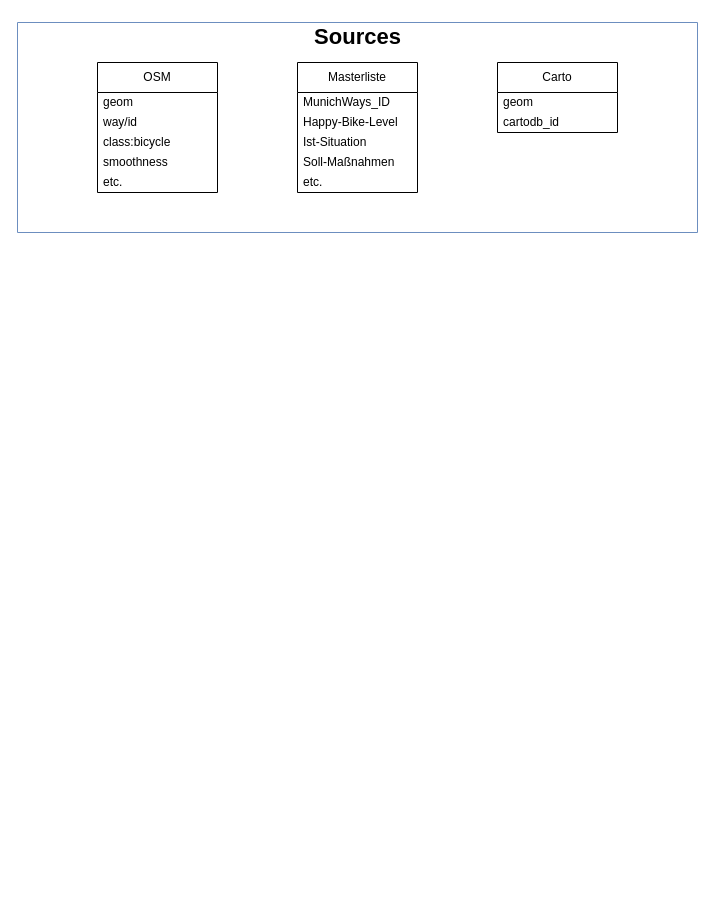
MunichWays/.github keeps this draw.io diagram as MunichWays-Overview.drawio. Above is the earlier version. Source tidied: cells renumbered, new cells numbered last; positions are measured from the earlier drawing's top-left corner, leaving out a move shared by most shapes. Both pictures are drawn from the tidied source at 100%, with x=0, y=0 at pixel (17, 17).
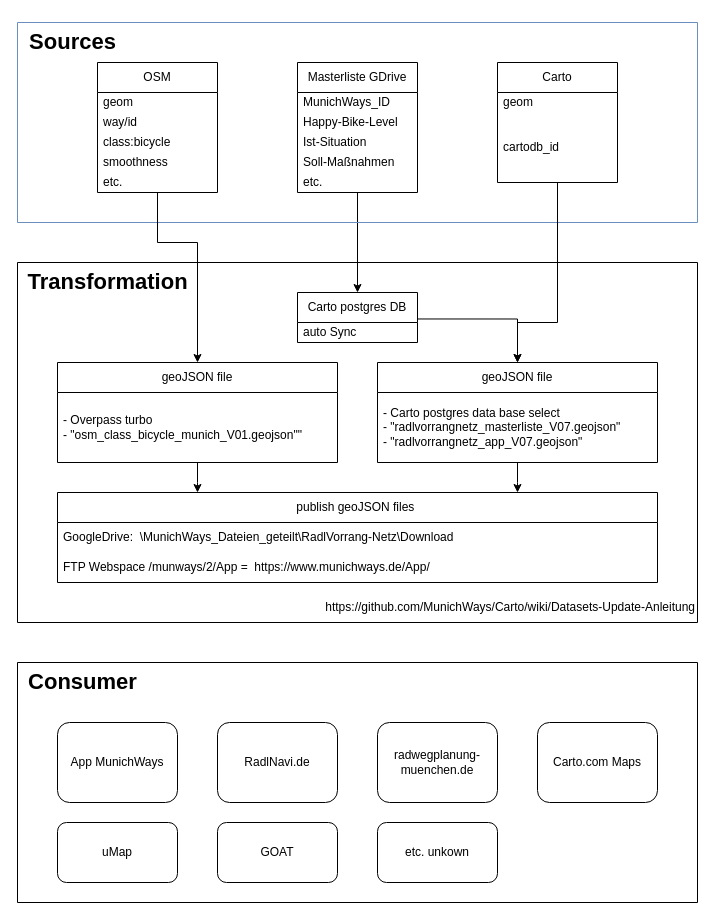
After the change.

Unchanged cells that the change refers to:
```xml
<mxCell id="13" value="OSM" style="swimlane;fontStyle=0;horizontal=1;startSize=30;whiteSpace=wrap;html=1;" parent="8" vertex="1">
  <mxGeometry x="80" y="40" width="120" height="130" as="geometry" />
</mxCell>
```

What changed in the source:
```diff
@@
+    <mxCell id="19" style="edgeStyle=orthogonalEdgeStyle;rounded=0;jettySize=auto;html=1;" parent="1" edge="1" source="2" target="35">
+      <mxGeometry relative="1" as="geometry" />
+    </mxCell>
-    <mxCell id="2" value="Masterliste" style="swimlane;fontStyle=0;horizontal=1;startSize=30;whiteSpace=wrap;html=1;" parent="1" vertex="1">
+    <mxCell id="2" value="Masterliste GDrive" style="swimlane;fontStyle=0;horizontal=1;startSize=30;whiteSpace=wrap;html=1;" parent="1" vertex="1">
       <mxGeometry x="280" y="45" width="120" height="130" as="geometry" />
     </mxCell>
@@
-    <mxCell id="8" style="swimlane;startSize=0;fillColor=#dae8fc;strokeColor=#6c8ebf;" parent="1" vertex="1">
-      <mxGeometry y="5" width="680" height="210" as="geometry" />
+    <mxCell id="8" style="swimlane;startSize=0;fillColor=#dae8fc;strokeColor=#6c8ebf;fillStyle=auto;" parent="1" vertex="1">
+      <mxGeometry y="5" width="680" height="200" as="geometry" />
     </mxCell>
     <mxCell id="9" value="&lt;b&gt;&lt;font style=&quot;font-size: 22px;&quot;&gt;Sources&lt;/font&gt;&lt;/b&gt;" style="text;html=1;align=center;verticalAlign=middle;strokeColor=none;fillColor=none;" parent="8" vertex="1">
-      <mxGeometry x="285" y="-5" width="110" height="40" as="geometry" />
+      <mxGeometry width="110" height="40" as="geometry" />
     </mxCell>
     <mxCell id="10" value="Carto" style="swimlane;fontStyle=0;horizontal=1;startSize=30;whiteSpace=wrap;html=1;" parent="8" vertex="1">
-      <mxGeometry x="480" y="40" width="120" height="70" as="geometry" />
+      <mxGeometry x="480" y="40" width="120" height="120" as="geometry" />
     </mxCell>
@@
     <mxCell id="12" value="cartodb_id" style="text;strokeColor=none;fillColor=none;align=left;verticalAlign=middle;spacingLeft=4;spacingRight=4;overflow=hidden;whiteSpace=wrap;html=1;" parent="10" vertex="1">
-      <mxGeometry y="50" width="120" height="20" as="geometry" />
+      <mxGeometry y="50" width="120" height="70" as="geometry" />
     </mxCell>
@@
+    <mxCell id="20" style="swimlane;startSize=0;" parent="1" vertex="1">
+      <mxGeometry y="645" width="680" height="240" as="geometry" />
+    </mxCell>
+    <mxCell id="21" value="&lt;font style=&quot;font-size: 22px;&quot;&gt;&lt;b&gt;Consumer&lt;/b&gt;&lt;/font&gt;" style="text;html=1;align=center;verticalAlign=middle;strokeColor=none;fillColor=none;" parent="20" vertex="1">
+      <mxGeometry width="130" height="40" as="geometry" />
+    </mxCell>
+    <mxCell id="22" value="App MunichWays" style="rounded=1;whiteSpace=wrap;html=1;" parent="20" vertex="1">
+      <mxGeometry x="40" y="60" width="120" height="80" as="geometry" />
+    </mxCell>
+    <mxCell id="23" value="RadlNavi.de" style="rounded=1;whiteSpace=wrap;html=1;" parent="20" vertex="1">
+      <mxGeometry x="200" y="60" width="120" height="80" as="geometry" />
+    </mxCell>
+    <mxCell id="24" value="Carto.com Maps" style="rounded=1;whiteSpace=wrap;html=1;" parent="20" vertex="1">
+      <mxGeometry x="520" y="60" width="120" height="80" as="geometry" />
+    </mxCell>
+    <mxCell id="25" value="radwegplanung-muenchen.de" style="rounded=1;whiteSpace=wrap;html=1;" parent="20" vertex="1">
+      <mxGeometry x="360" y="60" width="120" height="80" as="geometry" />
+    </mxCell>
+    <mxCell id="26" value="uMap" style="rounded=1;whiteSpace=wrap;html=1;" parent="20" vertex="1">
+      <mxGeometry x="40" y="160" width="120" height="60" as="geometry" />
+    </mxCell>
+    <mxCell id="27" value="etc. unkown" style="rounded=1;whiteSpace=wrap;html=1;" parent="20" vertex="1">
+      <mxGeometry x="360" y="160" width="120" height="60" as="geometry" />
+    </mxCell>
+    <mxCell id="28" value="GOAT" style="rounded=1;whiteSpace=wrap;html=1;" parent="20" vertex="1">
+      <mxGeometry x="200" y="160" width="120" height="60" as="geometry" />
+    </mxCell>
+    <mxCell id="29" style="swimlane;startSize=0;" parent="1" vertex="1">
+      <mxGeometry y="245" width="680" height="360" as="geometry" />
+    </mxCell>
+    <mxCell id="30" value="&lt;b&gt;&lt;font style=&quot;font-size: 22px;&quot;&gt;Transformation&lt;/font&gt;&lt;/b&gt;" style="text;html=1;align=center;verticalAlign=middle;strokeColor=none;fillColor=none;" parent="29" vertex="1">
+      <mxGeometry width="180" height="40" as="geometry" />
+    </mxCell>
+    <mxCell id="31" value="geoJSON file" style="swimlane;fontStyle=0;horizontal=1;startSize=30;whiteSpace=wrap;html=1;" parent="29" vertex="1">
+      <mxGeometry x="40" y="100" width="280" height="100" as="geometry" />
+    </mxCell>
+    <mxCell id="32" value="- Overpass turbo&lt;br&gt;- &quot;osm_class_bicycle_munich_V01.geojson&quot;&quot;" style="text;strokeColor=none;fillColor=none;align=left;verticalAlign=middle;spacingLeft=4;spacingRight=4;overflow=hidden;whiteSpace=wrap;html=1;" parent="31" vertex="1">
+      <mxGeometry y="30" width="280" height="70" as="geometry" />
+    </mxCell>
+    <mxCell id="33" value="https://github.com/MunichWays/Carto/wiki/Datasets-Update-Anleitung" style="text;html=1;strokeColor=none;fillColor=none;align=right;verticalAlign=middle;whiteSpace=wrap;rounded=0;" parent="29" vertex="1">
+      <mxGeometry y="330" width="680" height="30" as="geometry" />
+    </mxCell>
+    <mxCell id="34" style="edgeStyle=orthogonalEdgeStyle;rounded=0;jettySize=auto;html=1;exitX=1.003;exitY=-0.176;exitDx=0;exitDy=0;exitPerimeter=0;" parent="29" edge="1" source="36" target="40">
+      <mxGeometry relative="1" as="geometry" />
+    </mxCell>
+    <mxCell id="35" value="Carto postgres DB" style="swimlane;fontStyle=0;horizontal=1;startSize=30;whiteSpace=wrap;html=1;" parent="29" vertex="1">
+      <mxGeometry x="280" y="30" width="120" height="50" as="geometry" />
+    </mxCell>
+    <mxCell id="36" value="auto Sync" style="text;strokeColor=none;fillColor=none;align=left;verticalAlign=middle;spacingLeft=4;spacingRight=4;overflow=hidden;points=[[0,0.5],[1,0.5]];portConstraint=eastwest;whiteSpace=wrap;html=1;" parent="35" vertex="1">
+      <mxGeometry y="30" width="120" height="20" as="geometry" />
+    </mxCell>
+    <mxCell id="37" value="publish geoJSON files&amp;nbsp;" style="swimlane;fontStyle=0;horizontal=1;startSize=30;whiteSpace=wrap;html=1;" parent="29" vertex="1">
+      <mxGeometry x="40" y="230" width="600" height="90" as="geometry" />
+    </mxCell>
+    <mxCell id="38" value="GoogleDrive:&amp;nbsp; \MunichWays_Dateien_geteilt\RadlVorrang-Netz\Download&amp;nbsp;" style="text;strokeColor=none;fillColor=none;align=left;verticalAlign=middle;spacingLeft=4;spacingRight=4;overflow=hidden;whiteSpace=wrap;html=1;" parent="37" vertex="1">
+      <mxGeometry y="30" width="600" height="30" as="geometry" />
+    </mxCell>
+    <mxCell id="39" value="FTP Webspace /munways/2/App =&amp;nbsp; https://www.munichways.de/App/&amp;nbsp;" style="text;strokeColor=none;fillColor=none;align=left;verticalAlign=middle;spacingLeft=4;spacingRight=4;overflow=hidden;whiteSpace=wrap;html=1;" parent="37" vertex="1">
+      <mxGeometry y="60" width="600" height="30" as="geometry" />
+    </mxCell>
+    <mxCell id="40" value="geoJSON file" style="swimlane;fontStyle=0;horizontal=1;startSize=30;whiteSpace=wrap;html=1;" parent="29" vertex="1">
+      <mxGeometry x="360" y="100" width="280" height="100" as="geometry" />
+    </mxCell>
+    <mxCell id="41" value="- Carto postgres data base select&lt;br&gt;- &quot;radlvorrangnetz_masterliste_V07.geojson&quot;&lt;br&gt;- &quot;radlvorrangnetz_app_V07.geojson&quot;" style="text;strokeColor=none;fillColor=none;align=left;verticalAlign=middle;spacingLeft=4;spacingRight=4;overflow=hidden;whiteSpace=wrap;html=1;" parent="40" vertex="1">
+      <mxGeometry y="30" width="280" height="70" as="geometry" />
+    </mxCell>
+    <mxCell id="42" style="edgeStyle=orthogonalEdgeStyle;rounded=0;jettySize=auto;html=1;" parent="29" edge="1" source="31">
+      <mxGeometry relative="1" as="geometry">
+        <mxPoint x="180" y="230" as="targetPoint" />
+      </mxGeometry>
+    </mxCell>
+    <mxCell id="43" style="edgeStyle=orthogonalEdgeStyle;rounded=0;jettySize=auto;html=1;" parent="29" edge="1" source="40">
+      <mxGeometry relative="1" as="geometry">
+        <mxPoint x="500" y="230" as="targetPoint" />
+      </mxGeometry>
+    </mxCell>
+    <mxCell id="44" style="edgeStyle=orthogonalEdgeStyle;rounded=0;orthogonalLoop=1;jettySize=auto;html=1;exitX=0.5;exitY=1;exitDx=0;exitDy=0;" parent="1" edge="1" source="8" target="8">
+      <mxGeometry relative="1" as="geometry" />
+    </mxCell>
+    <mxCell id="45" style="edgeStyle=orthogonalEdgeStyle;rounded=0;jettySize=auto;html=1;" parent="1" edge="1" source="13" target="31">
+      <mxGeometry relative="1" as="geometry">
+        <Array as="points">
+          <mxPoint x="140" y="225" />
+          <mxPoint x="180" y="225" />
+        </Array>
+      </mxGeometry>
+    </mxCell>
+    <mxCell id="46" style="edgeStyle=orthogonalEdgeStyle;rounded=0;jettySize=auto;html=1;entryX=0.5;entryY=0;entryDx=0;entryDy=0;" parent="1" edge="1" source="10" target="40">
+      <mxGeometry relative="1" as="geometry">
+        <Array as="points">
+          <mxPoint x="540" y="305" />
+          <mxPoint x="500" y="305" />
+        </Array>
+      </mxGeometry>
+    </mxCell>
```
